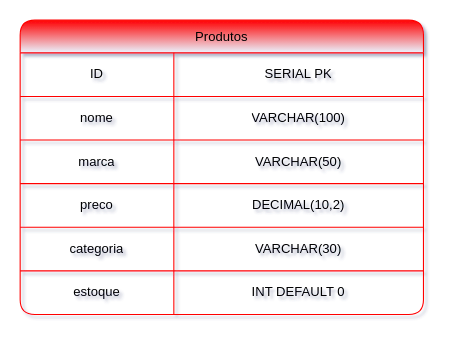
Above: diagramas/produtos.drawio in lisboathecoder/regresso-bd (draw.io), before the change. Source tidied: cells renumbered, new cells numbered last; positions are measured from the earlier drawing's top-left corner, leaving out a move shared by most shapes. Both pictures are drawn from the tidied source at 109%, with x=0, y=0 at pixel (20, 20).
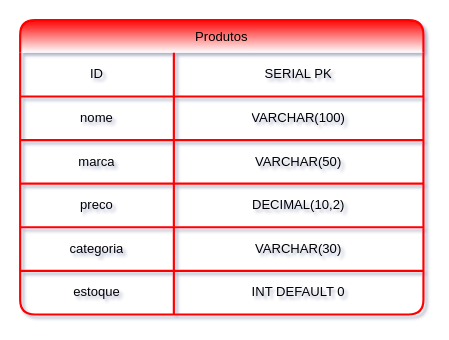
After the change.

Commit message:
feat: atualizar estilo da tabela Produtos no diagrama

The edit, as a diff of the source:
```diff
@@
-    <mxCell id="2" value="Produtos" style="shape=table;startSize=30;childLayout=tableLayout;fillColor=#FF0000;strokeColor=light-dark(#ff0000, #ededed);gradientDirection=south;rounded=1;gradientColor=#EAF4FF;" parent="1" vertex="1">
+    <mxCell id="2" value="Produtos" style="shape=table;startSize=30;childLayout=tableLayout;fillColor=#FF0000;strokeColor=light-dark(#ff0000, #ededed);gradientDirection=south;rounded=1;gradientColor=#FFFFFF;perimeterSpacing=0;strokeWidth=2;shadow=0;swimlaneLine=0;" parent="1" vertex="1">
       <mxGeometry width="370" height="270" as="geometry" />
     </mxCell>
```
